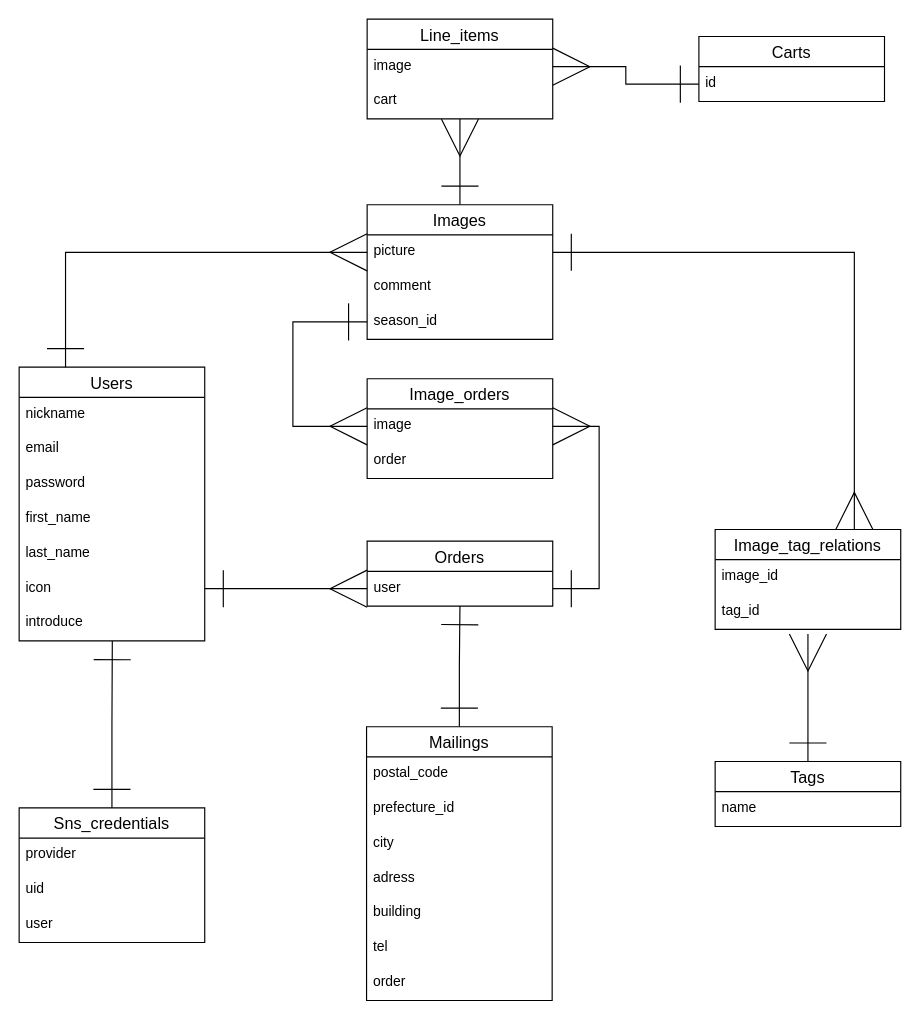
phy-homa/imagecal keeps this draw.io diagram as imagecal.dio. Above is the earlier version. Source tidied: cells renumbered, new cells numbered last; positions are measured from the earlier drawing's top-left corner, leaving out a move shared by most shapes. Both pictures are drawn from the tidied source at 116%, with x=0, y=0 at pixel (19, 19).
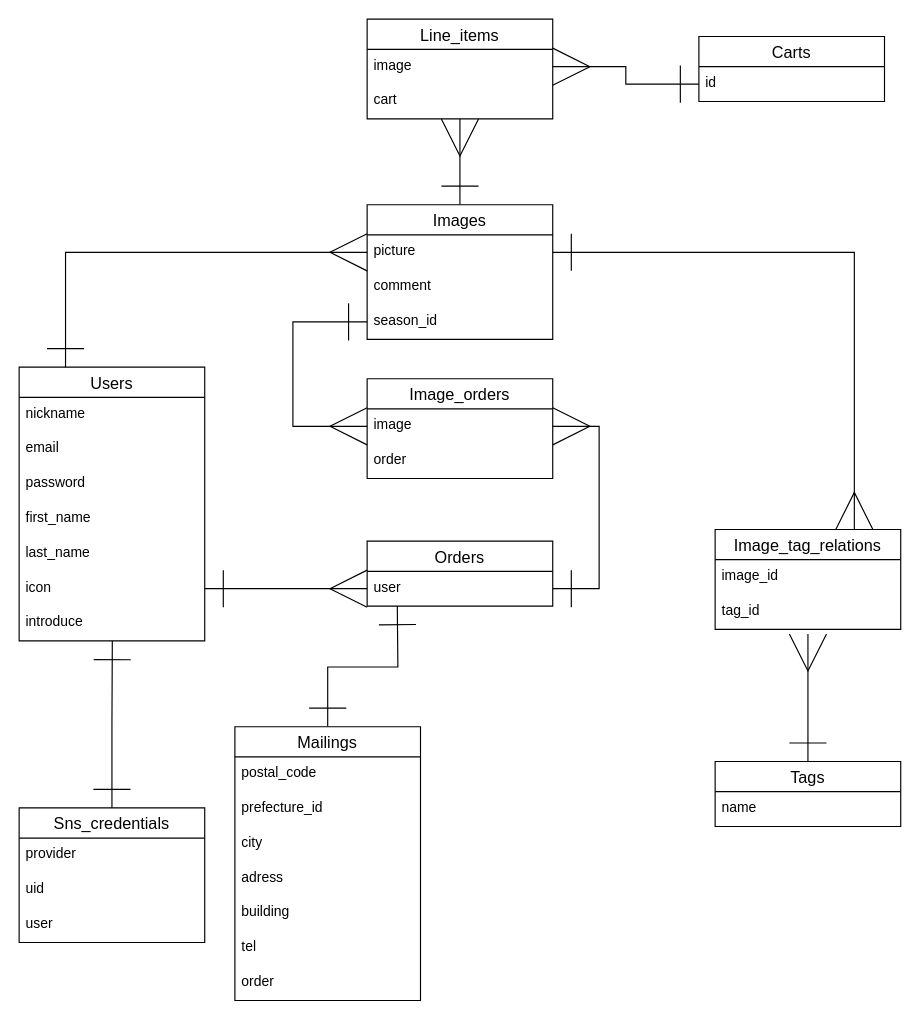
Above is the later version.

Commit message:
ER図位置微調節

Unchanged cells that the change refers to:
```xml
<mxCell id="15" value="Orders" style="swimlane;fontStyle=0;horizontal=1;startSize=26;align=center;fontSize=14;" parent="1" vertex="1">
  <mxGeometry x="300" y="450" width="160" height="56" as="geometry" />
</mxCell>
```

What changed in the source:
```diff
@@
-    <mxCell id="17" style="edgeStyle=orthogonalEdgeStyle;rounded=0;jettySize=auto;html=1;entryX=0.5;entryY=1;entryDx=0;entryDy=0;startArrow=ERone;startFill=0;endArrow=ERone;endFill=0;startSize=30;endSize=30;" parent="1" edge="1" source="18" target="15">
-      <mxGeometry relative="1" as="geometry" />
+    <mxCell id="17" style="edgeStyle=orthogonalEdgeStyle;rounded=0;jettySize=auto;html=1;entryX=0.5;entryY=1;entryDx=0;entryDy=0;startArrow=ERone;startFill=0;endArrow=ERone;endFill=0;startSize=30;endSize=30;" parent="1" edge="1" source="18">
+      <mxGeometry relative="1" as="geometry">
+        <mxPoint x="326" y="506" as="targetPoint" />
+      </mxGeometry>
     </mxCell>
     <mxCell id="18" value="Mailings" style="swimlane;fontStyle=0;horizontal=1;startSize=26;align=center;fontSize=14;" parent="1" vertex="1">
-      <mxGeometry x="299.5" y="610" width="160" height="236" as="geometry" />
+      <mxGeometry x="186" y="610" width="160" height="236" as="geometry" />
     </mxCell>
```
